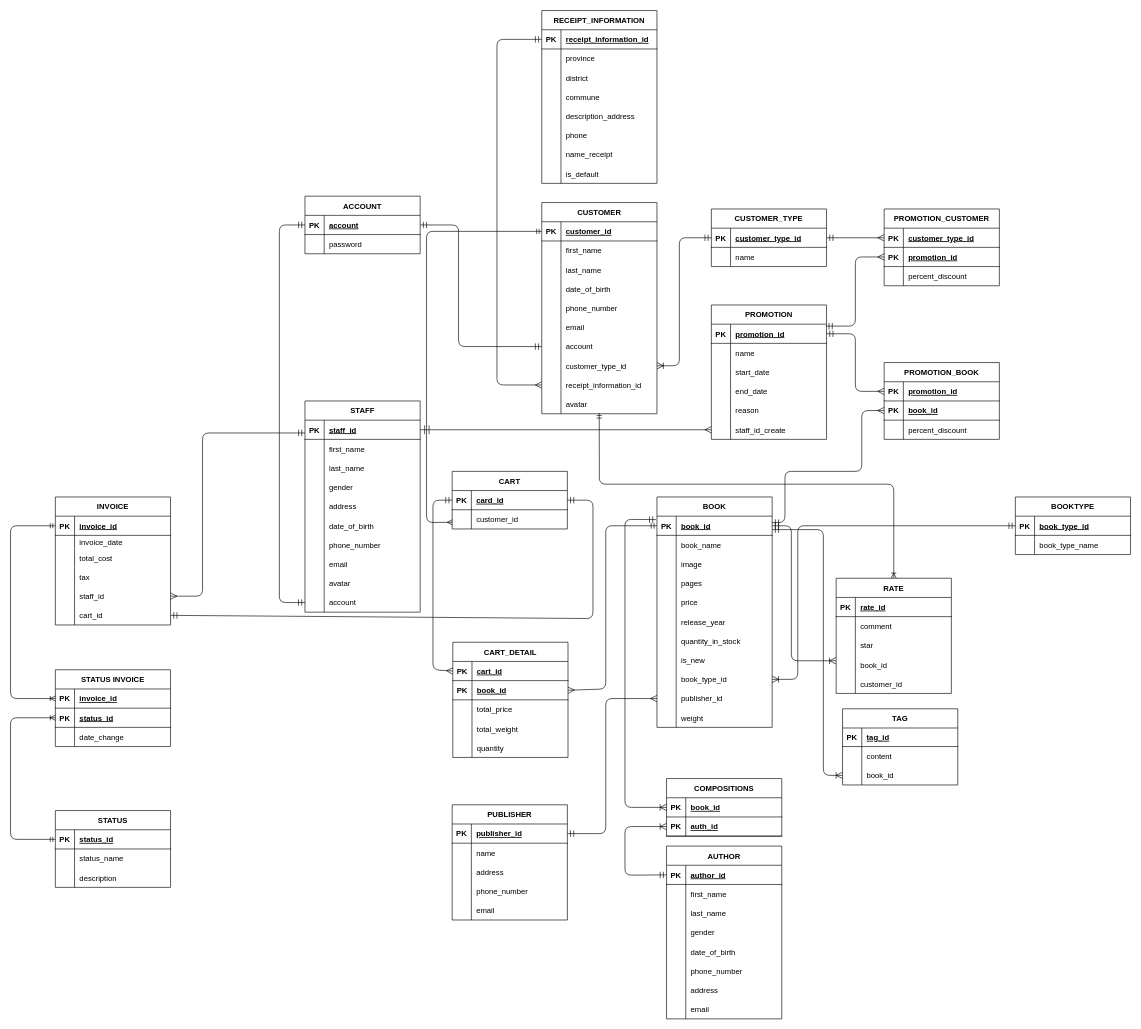
This is design/database.drawio from powdevlin12/Sell_Book_Online_BE_NestJS, a draw.io file, before an edit. Source tidied: cells renumbered, new cells numbered last; positions are measured from the earlier drawing's top-left corner, leaving out a move shared by most shapes. Both pictures are drawn from the tidied source at 64%, with x=0, y=0 at pixel (10, 10).
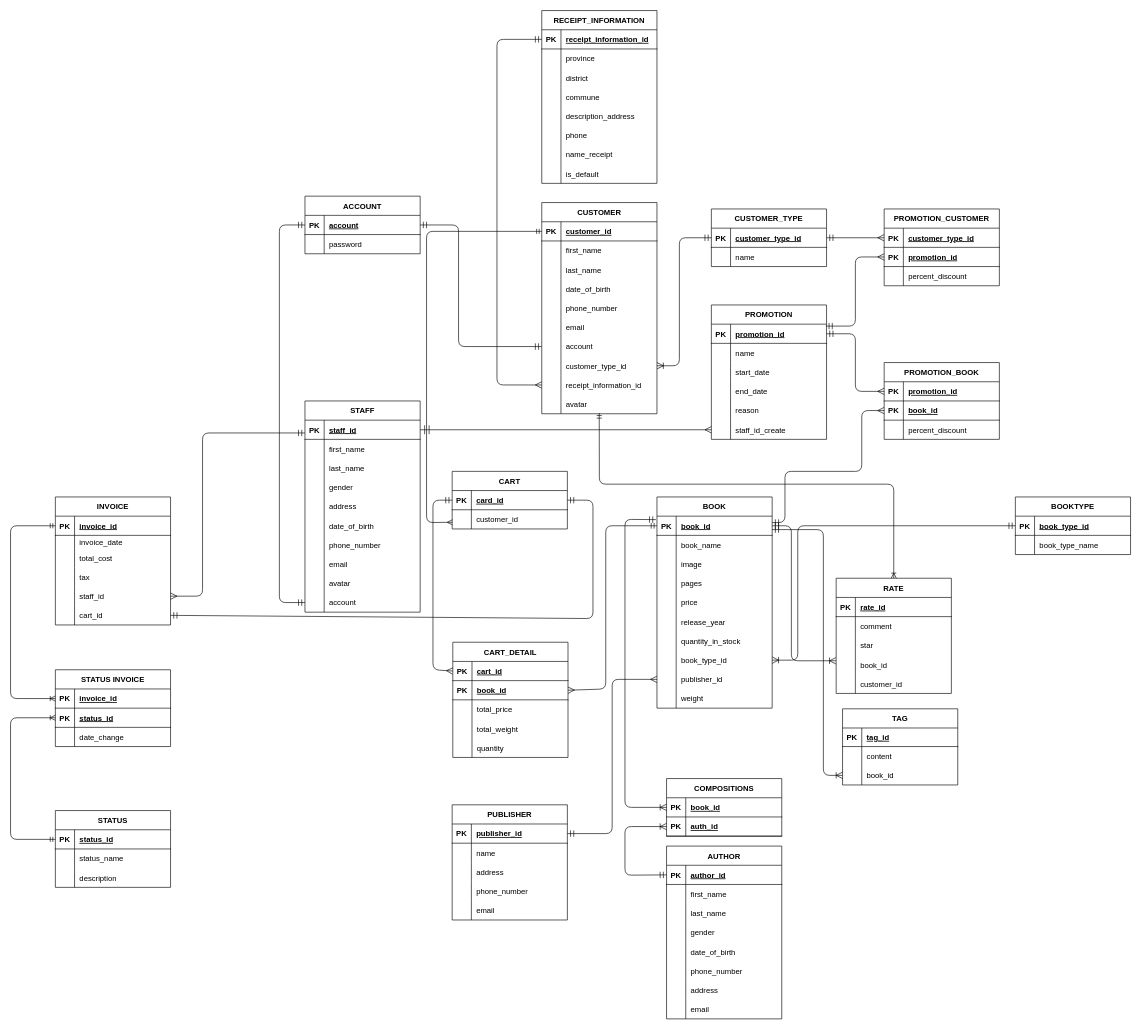
Above is the later version.

Unchanged cells that the change refers to:
```xml
<mxCell id="106" style="shape=tableRow;horizontal=0;startSize=0;swimlaneHead=0;swimlaneBody=0;fillColor=none;points=[[0,0.5],[1,0.5]];portConstraint=eastwest;top=0;left=0;right=0;bottom=1;rounded=0;shadow=0;fillStyle=auto;" parent="105" vertex="1">
  <mxGeometry y="30" width="180" height="30" as="geometry" />
</mxCell>
<mxCell id="115" style="shape=tableRow;horizontal=0;startSize=0;swimlaneHead=0;swimlaneBody=0;fillColor=none;points=[[0,0.5],[1,0.5]];portConstraint=eastwest;top=0;left=0;right=0;bottom=1;rounded=0;shadow=0;fillStyle=auto;" parent="114" vertex="1">
  <mxGeometry y="30" width="180" height="30" as="geometry" />
</mxCell>
```

Change to the diagram source:
```diff
@@
     <mxCell id="71" value="BOOK" style="shape=table;startSize=30;childLayout=tableLayout;rowLines=0;fontStyle=1;align=center;rounded=0;shadow=0;fillStyle=auto;fillColor=default;gradientColor=none;" parent="1" vertex="1">
-      <mxGeometry x="1010" y="760" width="180" height="360" as="geometry" />
+      <mxGeometry x="1010" y="760" width="180" height="330" as="geometry" />
     </mxCell>
@@
-    <mxCell id="93" style="shape=tableRow;horizontal=0;startSize=0;swimlaneHead=0;swimlaneBody=0;fillColor=none;top=0;left=0;right=0;bottom=0;rounded=0;shadow=0;fillStyle=auto;" parent="71" vertex="1">
-      <mxGeometry y="240" width="180" height="30" as="geometry" />
-    </mxCell>
-    <mxCell id="94" style="shape=partialRectangle;fillColor=none;top=0;left=0;bottom=0;right=0;overflow=hidden;rounded=0;shadow=0;fillStyle=auto;" parent="93" vertex="1">
-      <mxGeometry width="30" height="30" as="geometry" />
-    </mxCell>
-    <mxCell id="95" value="is_new" style="shape=partialRectangle;fillColor=none;top=0;left=0;bottom=0;right=0;align=left;spacingLeft=6;overflow=hidden;rounded=0;shadow=0;fillStyle=auto;" parent="93" vertex="1">
-      <mxGeometry x="30" width="150" height="30" as="geometry" />
-    </mxCell>
     <mxCell id="96" style="shape=tableRow;horizontal=0;startSize=0;swimlaneHead=0;swimlaneBody=0;fillColor=none;points=[[0,0.5],[1,0.5]];portConstraint=eastwest;top=0;left=0;right=0;bottom=0;rounded=0;shadow=0;fillStyle=auto;" parent="71" vertex="1">
-      <mxGeometry y="270" width="180" height="30" as="geometry" />
+      <mxGeometry y="240" width="180" height="30" as="geometry" />
     </mxCell>
@@
     <mxCell id="99" style="shape=tableRow;horizontal=0;startSize=0;swimlaneHead=0;swimlaneBody=0;fillColor=none;points=[[0,0.5],[1,0.5]];portConstraint=eastwest;top=0;left=0;right=0;bottom=0;rounded=0;shadow=0;fillStyle=auto;" parent="71" vertex="1">
-      <mxGeometry y="300" width="180" height="30" as="geometry" />
+      <mxGeometry y="270" width="180" height="30" as="geometry" />
     </mxCell>
@@
     <mxCell id="102" style="shape=tableRow;horizontal=0;startSize=0;swimlaneHead=0;swimlaneBody=0;fillColor=none;top=0;left=0;right=0;bottom=0;rounded=0;shadow=0;fillStyle=auto;" parent="71" vertex="1">
-      <mxGeometry y="330" width="180" height="30" as="geometry" />
+      <mxGeometry y="300" width="180" height="30" as="geometry" />
     </mxCell>
@@
     <mxCell id="113" style="edgeStyle=none;html=1;exitX=0;exitY=0.5;exitDx=0;exitDy=0;entryX=1;entryY=0.5;entryDx=0;entryDy=0;strokeColor=default;startArrow=ERmandOne;startFill=0;endArrow=ERoneToMany;endFill=0;startSize=8;endSize=8;" parent="1" edge="1" source="106" target="96">
       <mxGeometry relative="1" as="geometry">
         <Array as="points">
           <mxPoint x="1230" y="805" />
-          <mxPoint x="1230" y="1045" />
+          <mxPoint x="1230" y="1015" />
         </Array>
       </mxGeometry>
     </mxCell>
@@
     <mxCell id="241" style="edgeStyle=none;html=1;exitX=1;exitY=0.5;exitDx=0;exitDy=0;entryX=0;entryY=0.5;entryDx=0;entryDy=0;strokeColor=default;startArrow=ERmandOne;startFill=0;endArrow=ERmany;endFill=0;endSize=8;startSize=8;" parent="1" edge="1" source="115" target="99">
       <mxGeometry relative="1" as="geometry">
         <Array as="points">
-          <mxPoint x="930" y="1286" />
-          <mxPoint x="930" y="1075" />
+          <mxPoint x="940" y="1286" />
+          <mxPoint x="940" y="1045" />
         </Array>
       </mxGeometry>
     </mxCell>
```
